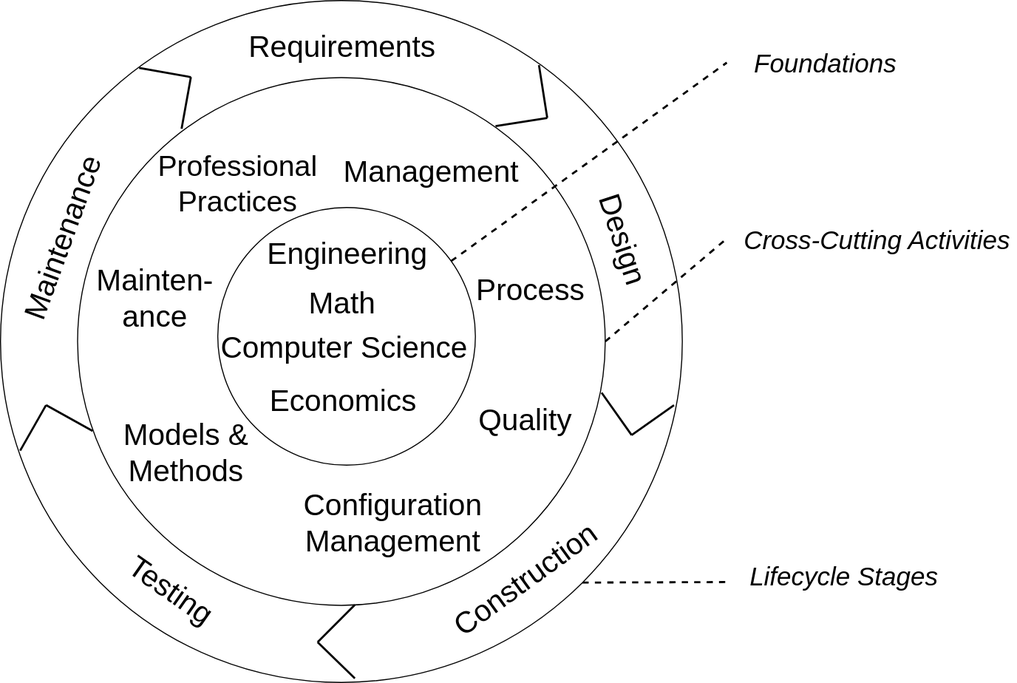
Before: post-media/Test-Types-and-Lifecycle-Phases.md/topic-hierarchy.drawio.svg, a diagram exported from draw.io (farlee2121/DevEssentialsBlog). Source tidied: cells renumbered, new cells last; positions are measured from the earlier drawing's top-left corner, leaving out a move shared by most shapes.
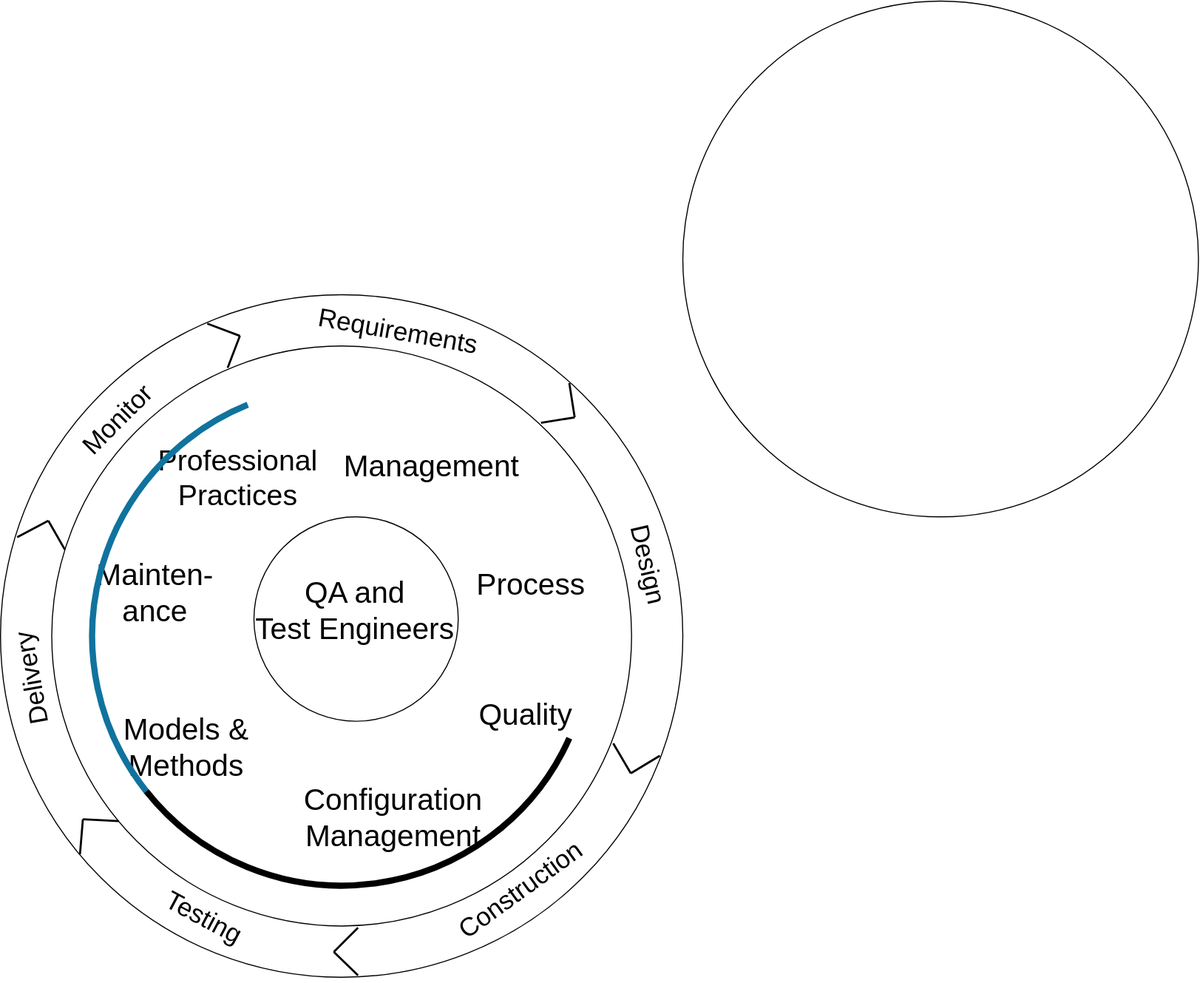
Above is the later version.

Commit message:
Some topic diagram experiments

The edit, as a diff of the source:
```diff
@@ -2,31 +2,26 @@
   <root>
     <mxCell id="0" />
     <mxCell id="1" parent="0" />
-    <mxCell id="2" style="edgeStyle=none;rounded=0;jettySize=auto;html=1;exitX=1;exitY=1;exitDx=0;exitDy=0;dashed=1;fontSize=25;endArrow=none;endFill=0;strokeWidth=2;" parent="1" edge="1" source="3">
-      <mxGeometry relative="1" as="geometry">
-        <mxPoint x="732" y="562" as="targetPoint" />
-      </mxGeometry>
-    </mxCell>
     <mxCell id="3" style="ellipse;whiteSpace=wrap;html=1;" parent="1" vertex="1">
       <mxGeometry x="30" width="659" height="659" as="geometry" />
     </mxCell>
     <mxCell id="4" style="ellipse;whiteSpace=wrap;html=1;fillOpacity=100;labelPadding=0;" parent="1" vertex="1">
-      <mxGeometry x="104.5" y="74.5" width="510" height="510" as="geometry" />
+      <mxGeometry x="79.5" y="49.5" width="560" height="560" as="geometry" />
     </mxCell>
-    <mxCell id="5" value="&lt;font style=&quot;font-size: 29px&quot;&gt;Requirements&lt;/font&gt;" style="text;html=1;align=center;verticalAlign=middle;strokeColor=none;" parent="1" vertex="1">
-      <mxGeometry x="259.5" y="30" width="200" height="30" as="geometry" />
+    <mxCell id="5" value="&lt;font style=&quot;font-size: 25px&quot;&gt;Requirements&lt;/font&gt;" style="text;html=1;align=center;verticalAlign=middle;strokeColor=none;rotation=10;" parent="1" vertex="1">
+      <mxGeometry x="329.4" y="24" width="170" height="20" as="geometry" />
     </mxCell>
-    <mxCell id="6" value="&lt;span style=&quot;font-size: 29px&quot;&gt;Design&lt;/span&gt;" style="text;html=1;align=center;verticalAlign=middle;strokeColor=none;rotation=72;" parent="1" vertex="1">
-      <mxGeometry x="577" y="215.5" width="110" height="30" as="geometry" />
+    <mxCell id="6" value="&lt;span style=&quot;font-size: 25px;&quot;&gt;Design&lt;/span&gt;" style="text;html=1;align=center;verticalAlign=middle;strokeColor=none;rotation=77;fontSize=25;" parent="1" vertex="1">
+      <mxGeometry x="612" y="240" width="90" height="40" as="geometry" />
     </mxCell>
-    <mxCell id="7" value="&lt;font style=&quot;font-size: 29px&quot;&gt;Construction&lt;/font&gt;" style="text;html=1;align=center;verticalAlign=middle;strokeColor=none;rotation=-36;" parent="1" vertex="1">
-      <mxGeometry x="447" y="544.5" width="180" height="30" as="geometry" />
+    <mxCell id="7" value="&lt;font style=&quot;font-size: 25px;&quot;&gt;Construction&lt;/font&gt;" style="text;html=1;align=center;verticalAlign=middle;strokeColor=none;rotation=-36;fontSize=25;" parent="1" vertex="1">
+      <mxGeometry x="451" y="553.5" width="160" height="40" as="geometry" />
     </mxCell>
-    <mxCell id="8" value="&lt;font style=&quot;font-size: 29px&quot;&gt;Testing&lt;/font&gt;" style="text;html=1;align=center;verticalAlign=middle;strokeColor=none;rotation=35;" parent="1" vertex="1">
-      <mxGeometry x="140" y="554.5" width="110" height="30" as="geometry" />
+    <mxCell id="8" value="&lt;font style=&quot;font-size: 25px;&quot;&gt;Testing&lt;/font&gt;" style="text;html=1;align=center;verticalAlign=middle;strokeColor=none;rotation=28;fontSize=25;" parent="1" vertex="1">
+      <mxGeometry x="182" y="580" width="90" height="40" as="geometry" />
     </mxCell>
-    <mxCell id="9" value="&lt;font style=&quot;font-size: 29px&quot;&gt;Maintenance&lt;/font&gt;" style="text;html=1;align=center;verticalAlign=middle;strokeColor=none;rotation=-70;" parent="1" vertex="1">
-      <mxGeometry y="214.5" width="180" height="30" as="geometry" />
+    <mxCell id="9" value="&lt;font style=&quot;font-size: 25px;&quot;&gt;Delivery&lt;/font&gt;" style="text;html=1;align=center;verticalAlign=middle;strokeColor=none;rotation=-100;fontSize=25;" parent="1" vertex="1">
+      <mxGeometry x="4" y="351" width="110" height="40" as="geometry" />
     </mxCell>
     <mxCell id="10" value="&lt;span style=&quot;font-size: 29px&quot;&gt;Quality&lt;/span&gt;" style="text;html=1;align=center;verticalAlign=middle;strokeColor=none;" parent="1" vertex="1">
       <mxGeometry x="482" y="391" width="110" height="30" as="geometry" />
@@ -47,119 +42,121 @@
       <mxGeometry x="173.5" y="157" width="170" height="40" as="geometry" />
     </mxCell>
     <mxCell id="16" style="group;rotation=-10;" parent="1" vertex="1">
-      <mxGeometry x="504.5" y="66.4" width="50" height="50" as="geometry" />
+      <mxGeometry x="548" y="89.3" width="32.5" height="32.5" as="geometry" />
     </mxCell>
     <mxCell id="17" style="endArrow=none;html=1;strokeWidth=2;" parent="16" edge="1">
       <mxGeometry relative="1" as="geometry">
-        <mxPoint x="54" y="47" as="sourcePoint" />
-        <mxPoint x="4" y="55" as="targetPoint" />
+        <mxPoint x="36.6" y="29.1" as="sourcePoint" />
+        <mxPoint x="4.1" y="34.3" as="targetPoint" />
       </mxGeometry>
     </mxCell>
     <mxCell id="18" style="endArrow=none;html=1;strokeWidth=2;" parent="16" edge="1">
       <mxGeometry relative="1" as="geometry">
-        <mxPoint x="46" y="-4" as="sourcePoint" />
-        <mxPoint x="54" y="47" as="targetPoint" />
+        <mxPoint x="31.4" y="-4.1" as="sourcePoint" />
+        <mxPoint x="36.6" y="29.1" as="targetPoint" />
       </mxGeometry>
     </mxCell>
-    <mxCell id="19" style="group;rotation=55;" parent="1" vertex="1">
-      <mxGeometry x="622" y="360" width="50" height="50" as="geometry" />
+    <mxCell id="19" style="group;rotation=60;" parent="1" vertex="1">
+      <mxGeometry x="634.8" y="421.1" width="32.5" height="32.5" as="geometry" />
     </mxCell>
     <mxCell id="20" style="endArrow=none;html=1;strokeWidth=2;" parent="19" edge="1">
       <mxGeometry relative="1" as="geometry">
-        <mxPoint x="18" y="60" as="sourcePoint" />
-        <mxPoint x="-11" y="19" as="targetPoint" />
+        <mxPoint x="4" y="41" as="sourcePoint" />
+        <mxPoint x="-13" y="12" as="targetPoint" />
       </mxGeometry>
     </mxCell>
     <mxCell id="21" style="endArrow=none;html=1;strokeWidth=2;" parent="19" edge="1">
       <mxGeometry relative="1" as="geometry">
-        <mxPoint x="59" y="31" as="sourcePoint" />
-        <mxPoint x="18" y="60" as="targetPoint" />
+        <mxPoint x="32" y="24" as="sourcePoint" />
+        <mxPoint x="4" y="41" as="targetPoint" />
       </mxGeometry>
     </mxCell>
     <mxCell id="22" style="group;rotation=-225;" parent="1" vertex="1">
-      <mxGeometry x="347.5" y="595" width="50" height="50" as="geometry" />
+      <mxGeometry x="373.3" y="624.1" width="32.5" height="32.5" as="geometry" />
     </mxCell>
     <mxCell id="23" style="endArrow=none;html=1;strokeWidth=2;" parent="22" edge="1">
       <mxGeometry relative="1" as="geometry">
-        <mxPoint x="-11" y="25" as="sourcePoint" />
-        <mxPoint x="25" y="-11" as="targetPoint" />
+        <mxPoint x="-21.3" y="10.3" as="sourcePoint" />
+        <mxPoint x="2.1" y="-13.1" as="targetPoint" />
       </mxGeometry>
     </mxCell>
     <mxCell id="24" style="endArrow=none;html=1;strokeWidth=2;" parent="22" edge="1">
       <mxGeometry relative="1" as="geometry">
-        <mxPoint x="25" y="60" as="sourcePoint" />
-        <mxPoint x="-11" y="25" as="targetPoint" />
+        <mxPoint x="2.1" y="33.1" as="sourcePoint" />
+        <mxPoint x="-21.3" y="10.3" as="targetPoint" />
       </mxGeometry>
     </mxCell>
-    <mxCell id="25" style="group;rotation=-150;" parent="1" vertex="1">
-      <mxGeometry x="58" y="401" width="50" height="50" as="geometry" />
+    <mxCell id="25" style="group;rotation=-175;" parent="1" vertex="1">
+      <mxGeometry x="120.3" y="517.1" width="33.8" height="33.8" as="geometry" />
     </mxCell>
     <mxCell id="26" style="endArrow=none;html=1;strokeWidth=2;" parent="25" edge="1">
       <mxGeometry relative="1" as="geometry">
-        <mxPoint x="16" y="-10" as="sourcePoint" />
-        <mxPoint x="61" y="15" as="targetPoint" />
+        <mxPoint x="-10.7" y="-10.7" as="sourcePoint" />
+        <mxPoint x="24" y="-8.8" as="targetPoint" />
       </mxGeometry>
     </mxCell>
     <mxCell id="27" style="endArrow=none;html=1;strokeWidth=2;" parent="25" edge="1">
       <mxGeometry relative="1" as="geometry">
-        <mxPoint x="-9" y="34" as="sourcePoint" />
-        <mxPoint x="16" y="-10" as="targetPoint" />
+        <mxPoint x="-13.5" y="23.1" as="sourcePoint" />
+        <mxPoint x="-10.7" y="-10.7" as="targetPoint" />
       </mxGeometry>
     </mxCell>
-    <mxCell id="28" style="group;rotation=-80;" parent="1" vertex="1">
-      <mxGeometry x="159" y="69" width="50" height="50" as="geometry" />
+    <mxCell id="28" style="group;rotation=-70;" parent="1" vertex="1">
+      <mxGeometry x="222" y="41" width="32.8" height="32.8" as="geometry" />
     </mxCell>
     <mxCell id="29" style="endArrow=none;html=1;strokeWidth=2;" parent="28" edge="1">
       <mxGeometry relative="1" as="geometry">
-        <mxPoint x="55" y="5" as="sourcePoint" />
-        <mxPoint x="46" y="55" as="targetPoint" />
+        <mxPoint x="39.2" y="-1.3" as="sourcePoint" />
+        <mxPoint x="27.4" y="29.6" as="targetPoint" />
       </mxGeometry>
     </mxCell>
     <mxCell id="30" style="endArrow=none;html=1;strokeWidth=2;" parent="28" edge="1">
       <mxGeometry relative="1" as="geometry">
-        <mxPoint x="5" y="-4" as="sourcePoint" />
-        <mxPoint x="55" y="5" as="targetPoint" />
+        <mxPoint x="7.7" y="-13.1" as="sourcePoint" />
+        <mxPoint x="39.2" y="-1.3" as="targetPoint" />
       </mxGeometry>
     </mxCell>
-    <mxCell id="31" style="endArrow=none;html=1;strokeWidth=2;dashed=1;" parent="1" edge="1" source="35">
-      <mxGeometry relative="1" as="geometry">
-        <mxPoint x="732" y="60" as="targetPoint" />
-      </mxGeometry>
-    </mxCell>
-    <mxCell id="32" value="&lt;i&gt;Foundations&lt;/i&gt;" style="text;html=1;align=center;verticalAlign=middle;strokeColor=none;fontSize=25;" parent="1" vertex="1">
-      <mxGeometry x="752" y="40" width="150" height="40" as="geometry" />
-    </mxCell>
     <mxCell id="33" value="&lt;font style=&quot;font-size: 29px&quot;&gt;Mainten-&lt;br&gt;ance&lt;/font&gt;" style="text;html=1;align=center;verticalAlign=middle;strokeColor=none;rotation=0;" parent="1" vertex="1">
       <mxGeometry x="114" y="263" width="130" height="50" as="geometry" />
     </mxCell>
     <mxCell id="34" style="group;" parent="1" vertex="1">
-      <mxGeometry x="236.5" y="200" width="252.5" height="249" as="geometry" />
+      <mxGeometry x="272" y="214.5" width="200.1" height="197.3" as="geometry" />
     </mxCell>
     <mxCell id="35" style="ellipse;whiteSpace=wrap;html=1;" parent="34" vertex="1">
-      <mxGeometry x="3.5" width="249" height="249" as="geometry" />
+      <mxGeometry x="2.8" width="197.3" height="197.3" as="geometry" />
     </mxCell>
-    <mxCell id="36" value="&lt;font style=&quot;font-size: 29px&quot;&gt;Engineering&lt;/font&gt;" style="text;html=1;align=center;verticalAlign=middle;strokeColor=none;" parent="34" vertex="1">
-      <mxGeometry x="43" y="30" width="170" height="30" as="geometry" />
+    <mxCell id="36" value="&lt;font style=&quot;font-size: 29px&quot;&gt;QA and&lt;br&gt;Test Engineers&lt;br&gt;&lt;/font&gt;" style="text;html=1;align=center;verticalAlign=middle;strokeColor=none;" parent="34" vertex="1">
+      <mxGeometry x="-5" y="65.5" width="210" height="50" as="geometry" />
     </mxCell>
-    <mxCell id="37" value="&lt;font style=&quot;font-size: 29px&quot;&gt;Computer Science&lt;/font&gt;" style="text;html=1;align=center;verticalAlign=middle;strokeColor=none;" parent="34" vertex="1">
-      <mxGeometry y="120.5" width="250" height="30" as="geometry" />
-    </mxCell>
-    <mxCell id="38" value="&lt;font style=&quot;font-size: 29px&quot;&gt;Math&lt;br&gt;&lt;/font&gt;" style="text;html=1;align=center;verticalAlign=middle;strokeColor=none;" parent="34" vertex="1">
-      <mxGeometry x="83" y="77.5" width="80" height="30" as="geometry" />
+    <mxCell id="38" value="&lt;font style=&quot;font-size: 29px&quot;&gt;&lt;br&gt;&lt;/font&gt;" style="text;html=1;align=center;verticalAlign=middle;strokeColor=none;" parent="34" vertex="1">
+      <mxGeometry x="102.4" y="95.1" width="20" height="30" as="geometry" />
     </mxCell>
-    <mxCell id="39" value="&lt;font style=&quot;font-size: 29px&quot;&gt;Economics&lt;span style=&quot;color: rgba(0 , 0 , 0 , 0) ; font-family: monospace ; font-size: 0px&quot;&gt;%3CmxGraphModel%3E%3Croot%3E%3CmxCell%20id%3D%220%22%2F%3E%3CmxCell%20id%3D%221%22%20parent%3D%220%22%2F%3E%3CmxCell%20id%3D%222%22%20value%3D%22%26lt%3Bfont%20style%3D%26quot%3Bfont-size%3A%2029px%26quot%3B%26gt%3BRequirements%26lt%3B%2Ffont%26gt%3B%22%20style%3D%22text%3Bhtml%3D1%3Balign%3Dcenter%3BverticalAlign%3Dmiddle%3Bresizable%3D0%3Bpoints%3D%5B%5D%3Bautosize%3D1%3BstrokeColor%3Dnone%3B%22%20vertex%3D%221%22%20parent%3D%221%22%3E%3CmxGeometry%20x%3D%22485%22%20y%3D%22130%22%20width%3D%22200%22%20height%3D%2230%22%20as%3D%22geometry%22%2F%3E%3C%2FmxCell%3E%3C%2Froot%3E%3C%2FmxGraphModel%3E&lt;/span&gt;&lt;br&gt;&lt;/font&gt;" style="text;html=1;align=center;verticalAlign=middle;strokeColor=none;" parent="34" vertex="1">
-      <mxGeometry x="48" y="172" width="160" height="30" as="geometry" />
-    </mxCell>
-    <mxCell id="40" style="endArrow=none;html=1;strokeWidth=2;dashed=1;exitX=1;exitY=0.5;exitDx=0;exitDy=0;" parent="1" edge="1" source="4">
-      <mxGeometry relative="1" as="geometry">
-        <mxPoint x="732" y="230" as="targetPoint" />
-      </mxGeometry>
-    </mxCell>
-    <mxCell id="41" value="&lt;i&gt;Cross-Cutting Activities&lt;/i&gt;" style="text;html=1;align=center;verticalAlign=middle;strokeColor=none;fontSize=25;" parent="1" vertex="1">
-      <mxGeometry x="742" y="210.5" width="270" height="40" as="geometry" />
-    </mxCell>
-    <mxCell id="42" value="&lt;i&gt;Lifecycle Stages&lt;/i&gt;" style="text;html=1;align=center;verticalAlign=middle;strokeColor=none;fontSize=25;" parent="1" vertex="1">
-      <mxGeometry x="745" y="535.5" width="200" height="40" as="geometry" />
-    </mxCell>
+    <mxCell id="43" value="&lt;font style=&quot;font-size: 25px&quot;&gt;Monitor&lt;/font&gt;" style="text;html=1;align=center;verticalAlign=middle;strokeColor=none;rotation=-45;" parent="1" vertex="1">
+      <mxGeometry x="92" y="110" width="100" height="20" as="geometry" />
+    </mxCell>
+    <mxCell id="44" style="group;rotation=-120;" parent="1" vertex="1">
+      <mxGeometry x="58.2" y="230.2" width="32.8" height="32.8" as="geometry" />
+    </mxCell>
+    <mxCell id="45" style="endArrow=none;html=1;strokeWidth=2;" parent="44" edge="1">
+      <mxGeometry relative="1" as="geometry">
+        <mxPoint x="18" y="-12" as="sourcePoint" />
+        <mxPoint x="34" y="16" as="targetPoint" />
+      </mxGeometry>
+    </mxCell>
+    <mxCell id="46" style="endArrow=none;html=1;strokeWidth=2;" parent="44" edge="1">
+      <mxGeometry relative="1" as="geometry">
+        <mxPoint x="-12" y="4" as="sourcePoint" />
+        <mxPoint x="18" y="-12" as="targetPoint" />
+      </mxGeometry>
+    </mxCell>
+    <mxCell id="47" style="ellipse;whiteSpace=wrap;html=1;fillOpacity=100;labelPadding=0;" parent="1" vertex="1">
+      <mxGeometry x="689" y="-283.5" width="498" height="498" as="geometry" />
+    </mxCell>
+    <mxCell id="48" style="verticalLabelPosition=bottom;verticalAlign=top;html=1;shape=mxgraph.basic.arc;strokeColor=#10739E;strokeWidth=6;startAngle=0.6428576326356386;endAngle=0.9385848657118009;fontSize=25;" parent="1" vertex="1">
+      <mxGeometry x="118.5" y="88.5" width="482" height="482" as="geometry" />
+    </mxCell>
+    <mxCell id="49" style="verticalLabelPosition=bottom;verticalAlign=top;html=1;shape=mxgraph.basic.arc;strokeWidth=6;startAngle=0.6088157165845673;endAngle=0.9347262064556886;fontSize=25;rotation=-105;labelBorderColor=none;" parent="1" vertex="1">
+      <mxGeometry x="118.5" y="88.5" width="482" height="482" as="geometry" />
+    </mxCell>
   </root>
 </mxGraphModel>
```
